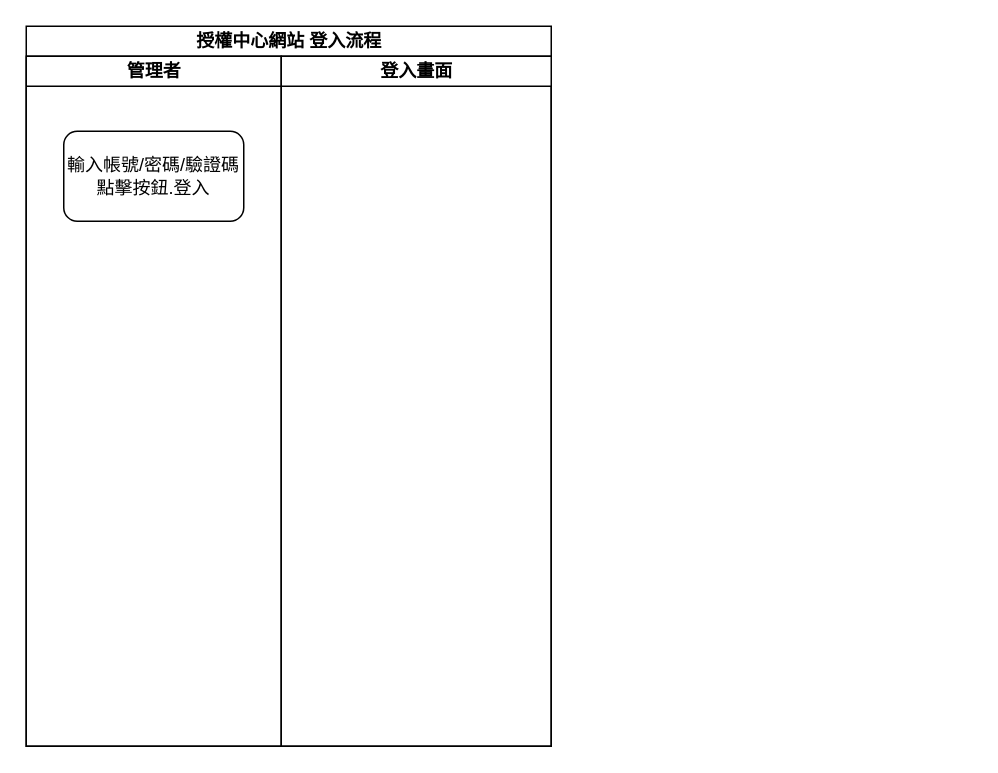
The draw.io diagram page "點擊按鈕.登入" (4 of 4) of 8.10.2/LICENSE/diagram/授權中心網站.drawio in ArcareRD/sadocs, before the edit. Source tidied: cells renumbered, new cells numbered last; positions are measured from the earlier drawing's top-left corner, leaving out a move shared by most shapes. Both pictures are drawn from the tidied source at 150%, with x=0, y=0 at pixel (26, 26).
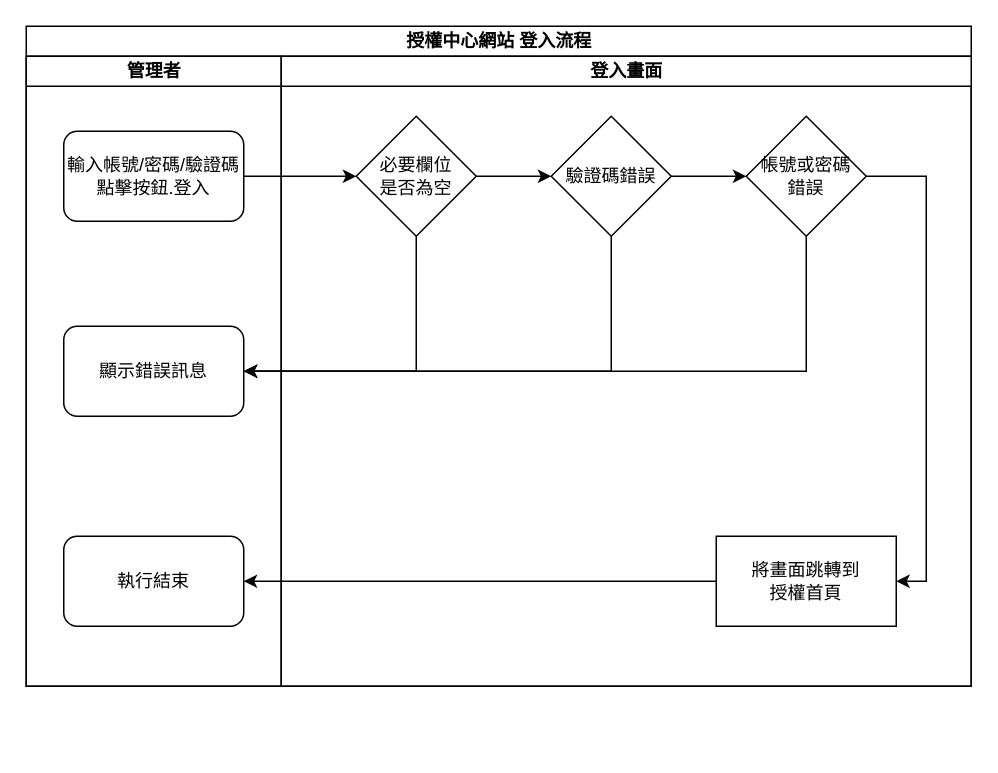
The same diagram, later.

The edit, as a diff of the source:
```diff
@@
 <mxGraphModel>
   <root>
     <mxCell id="0" />
     <mxCell id="1" parent="0" />
     <mxCell id="2" value="授權中心網站 登入流程" style="swimlane;startSize=20;html=1;" parent="1" vertex="1">
-      <mxGeometry width="350" height="480" as="geometry" />
+      <mxGeometry width="630" height="440" as="geometry" />
     </mxCell>
     <mxCell id="3" value="管理者" style="swimlane;startSize=20;html=1;" parent="2" vertex="1">
-      <mxGeometry y="20" width="170" height="460" as="geometry" />
+      <mxGeometry y="20" width="170" height="420" as="geometry" />
     </mxCell>
     <mxCell id="4" value="輸入帳號/密碼/驗證碼&lt;br&gt;點擊按鈕.登入" style="rounded=1;whiteSpace=wrap;html=1;" parent="3" vertex="1">
       <mxGeometry x="25" y="50" width="120" height="60" as="geometry" />
     </mxCell>
+    <mxCell id="6" value="顯示錯誤訊息" style="rounded=1;whiteSpace=wrap;html=1;" parent="3" vertex="1">
+      <mxGeometry x="25" y="180" width="120" height="60" as="geometry" />
+    </mxCell>
+    <mxCell id="7" value="執行結束" style="rounded=1;whiteSpace=wrap;html=1;" parent="3" vertex="1">
+      <mxGeometry x="25" y="320" width="120" height="60" as="geometry" />
+    </mxCell>
     <mxCell id="5" value="登入畫面" style="swimlane;startSize=20;html=1;" parent="2" vertex="1">
-      <mxGeometry x="170" y="20" width="180" height="460" as="geometry" />
+      <mxGeometry x="170" y="20" width="460" height="420" as="geometry" />
     </mxCell>
+    <mxCell id="8" style="edgeStyle=orthogonalEdgeStyle;rounded=0;jettySize=auto;html=1;" parent="5" edge="1" source="9" target="11">
+      <mxGeometry relative="1" as="geometry" />
+    </mxCell>
+    <mxCell id="9" value="必要欄位&lt;br&gt;是否為空" style="rhombus;whiteSpace=wrap;html=1;" parent="5" vertex="1">
+      <mxGeometry x="50" y="40" width="80" height="80" as="geometry" />
+    </mxCell>
+    <mxCell id="10" style="edgeStyle=orthogonalEdgeStyle;rounded=0;jettySize=auto;html=1;" parent="5" edge="1" source="11" target="13">
+      <mxGeometry relative="1" as="geometry" />
+    </mxCell>
+    <mxCell id="11" value="驗證碼錯誤" style="rhombus;whiteSpace=wrap;html=1;" parent="5" vertex="1">
+      <mxGeometry x="180" y="40" width="80" height="80" as="geometry" />
+    </mxCell>
+    <mxCell id="12" style="edgeStyle=orthogonalEdgeStyle;rounded=0;jettySize=auto;html=1;entryX=1;entryY=0.5;entryDx=0;entryDy=0;exitX=1;exitY=0.5;exitDx=0;exitDy=0;" parent="5" edge="1" source="13" target="14">
+      <mxGeometry relative="1" as="geometry" />
+    </mxCell>
+    <mxCell id="13" value="帳號或密碼&lt;br&gt;錯誤" style="rhombus;whiteSpace=wrap;html=1;" parent="5" vertex="1">
+      <mxGeometry x="310" y="40" width="80" height="80" as="geometry" />
+    </mxCell>
+    <mxCell id="14" value="將畫面跳轉到&lt;br&gt;授權首頁" style="rounded=0;whiteSpace=wrap;html=1;" parent="5" vertex="1">
+      <mxGeometry x="290" y="320" width="120" height="60" as="geometry" />
+    </mxCell>
+    <mxCell id="15" style="edgeStyle=orthogonalEdgeStyle;rounded=0;jettySize=auto;html=1;" parent="2" edge="1" source="4" target="9">
+      <mxGeometry relative="1" as="geometry" />
+    </mxCell>
+    <mxCell id="16" style="edgeStyle=orthogonalEdgeStyle;rounded=0;jettySize=auto;html=1;entryX=1;entryY=0.5;entryDx=0;entryDy=0;exitX=0.5;exitY=1;exitDx=0;exitDy=0;" parent="2" edge="1" source="9" target="6">
+      <mxGeometry relative="1" as="geometry" />
+    </mxCell>
+    <mxCell id="17" style="edgeStyle=orthogonalEdgeStyle;rounded=0;jettySize=auto;html=1;entryX=1;entryY=0.5;entryDx=0;entryDy=0;exitX=0.5;exitY=1;exitDx=0;exitDy=0;" parent="2" edge="1" source="11" target="6">
+      <mxGeometry relative="1" as="geometry" />
+    </mxCell>
+    <mxCell id="18" style="edgeStyle=orthogonalEdgeStyle;rounded=0;jettySize=auto;html=1;entryX=1;entryY=0.5;entryDx=0;entryDy=0;exitX=0.5;exitY=1;exitDx=0;exitDy=0;" parent="2" edge="1" source="13" target="6">
+      <mxGeometry relative="1" as="geometry" />
+    </mxCell>
+    <mxCell id="19" style="edgeStyle=orthogonalEdgeStyle;rounded=0;jettySize=auto;html=1;" parent="2" edge="1" source="14" target="7">
+      <mxGeometry relative="1" as="geometry" />
+    </mxCell>
   </root>
 </mxGraphModel>
```
